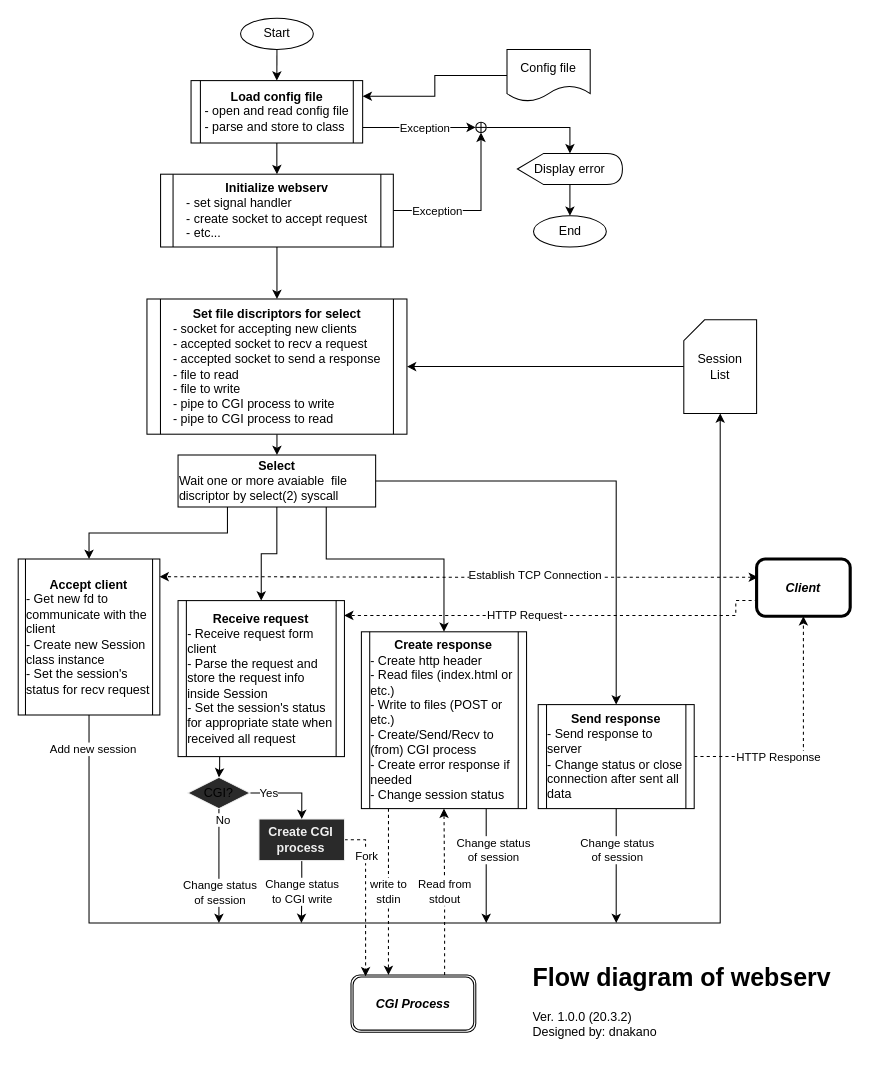
dai65527/webserv keeps this draw.io diagram as page "Whole" (1 of 3) of arch/flow.dio. Above is the earlier version. Source tidied: cells renumbered, new cells numbered last; positions are measured from the earlier drawing's top-left corner, leaving out a move shared by most shapes. Both pictures are drawn from the tidied source at 104%, with x=0, y=0 at pixel (18, 18).
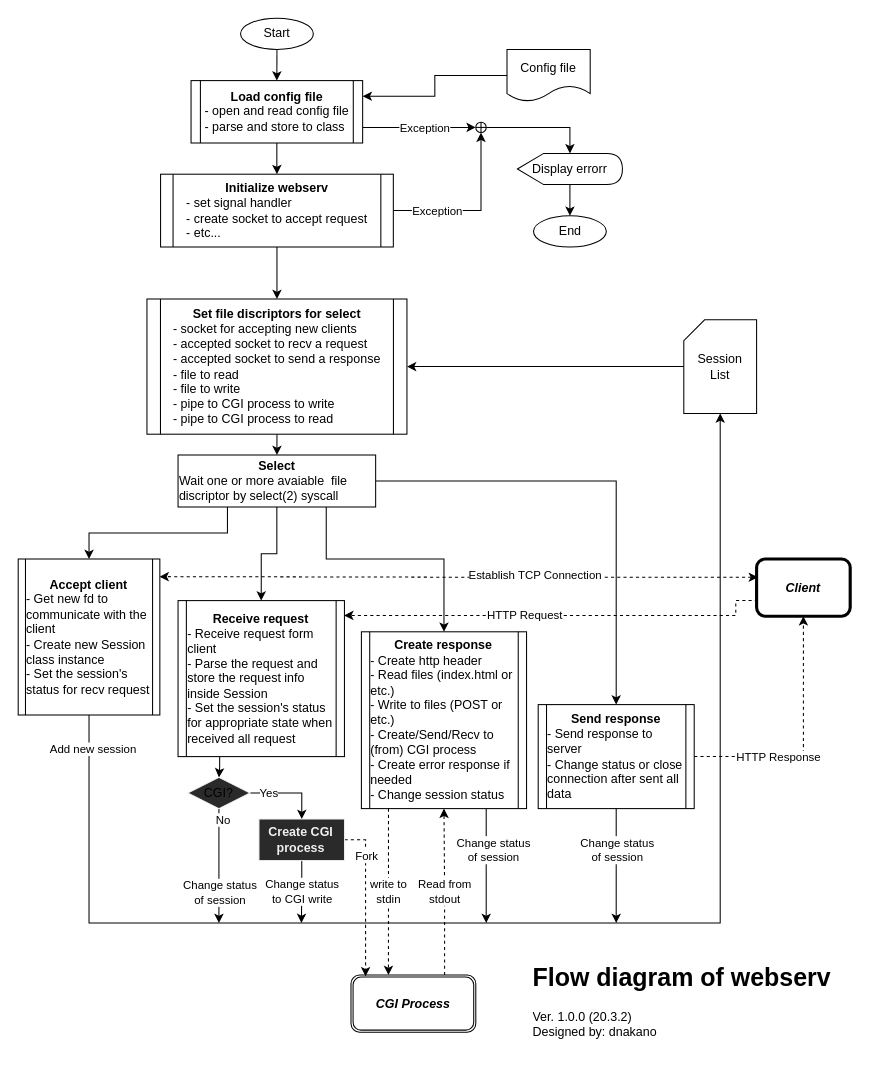
The same diagram, later.

What changed in the source:
```diff
@@
-    <mxCell id="10" value="Display error" style="shape=display;whiteSpace=wrap;html=1;" parent="1" vertex="1">
+    <mxCell id="10" value="Display errorr" style="shape=display;whiteSpace=wrap;html=1;" parent="1" vertex="1">
       <mxGeometry x="480" y="130" width="101" height="30" as="geometry" />
     </mxCell>
```
